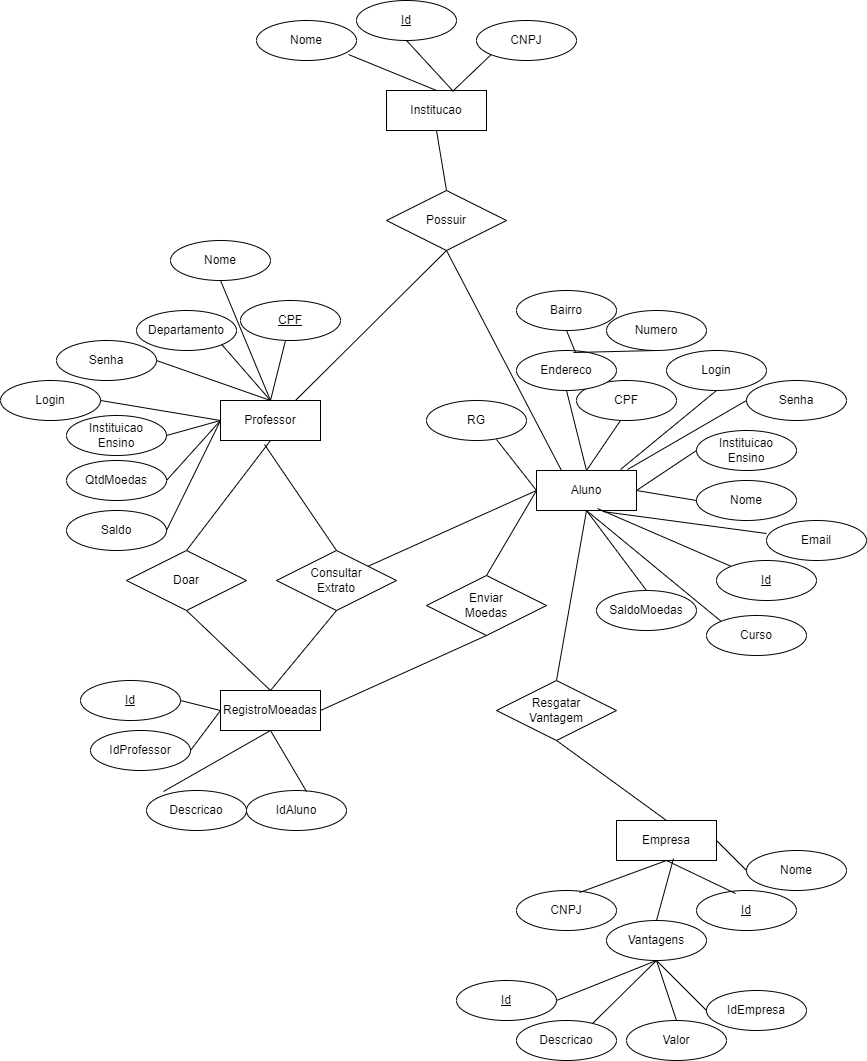
Earlier version of the draw.io export projeto/lds.drawio.png (barbaraMattioly/lab3-sistema-de-moeda-estudantil). Source tidied: cells renumbered, new cells last; positions are measured from the earlier drawing's top-left corner, leaving out a move shared by most shapes.
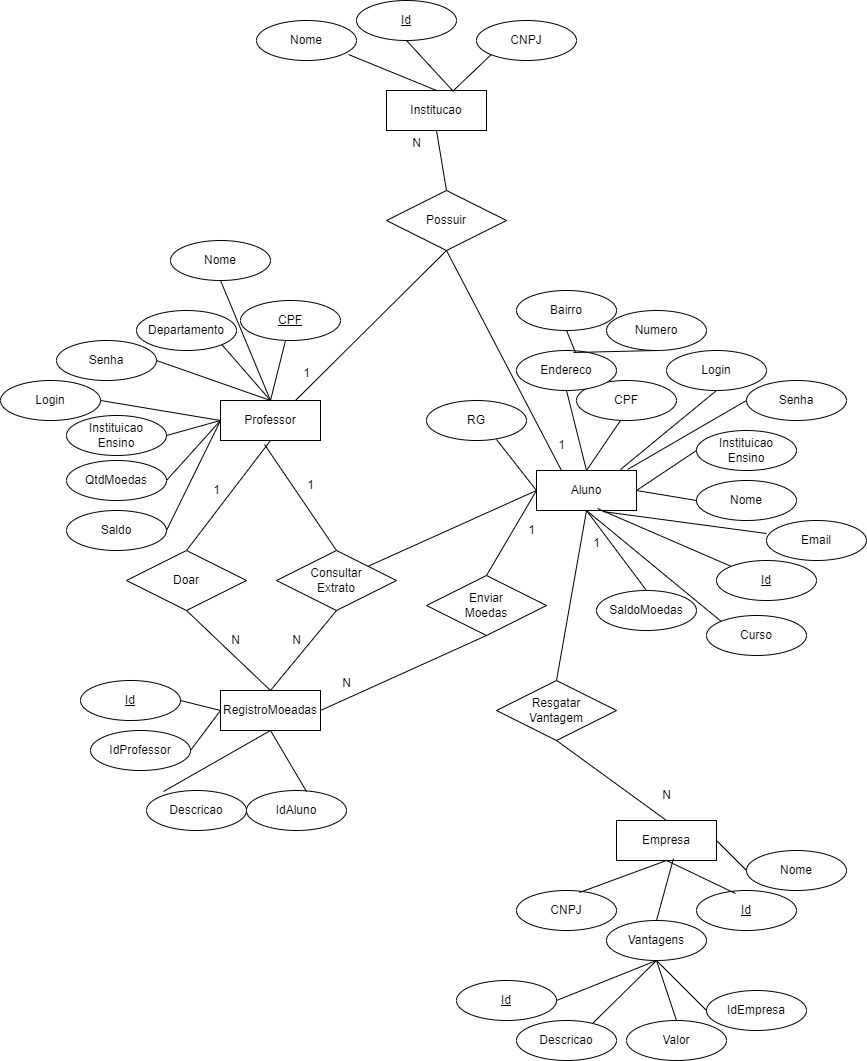
After the change.

Change to the diagram source:
```diff
@@ -289,5 +289,38 @@
     <mxCell id="96" style="endArrow=none;html=1;rounded=0;entryX=1;entryY=0.5;entryDx=0;entryDy=0;exitX=0;exitY=0.5;exitDx=0;exitDy=0;" parent="1" edge="1" source="22" target="91">
       <mxGeometry relative="1" as="geometry" />
     </mxCell>
+    <mxCell id="97" value="1" style="text;html=1;align=center;verticalAlign=middle;strokeColor=none;fillColor=none;rotation=0;" parent="1" vertex="1">
+      <mxGeometry x="201" y="475" width="30" height="30" as="geometry" />
+    </mxCell>
+    <mxCell id="98" value="1" style="text;html=1;align=center;verticalAlign=middle;strokeColor=none;fillColor=none;rotation=0;" parent="1" vertex="1">
+      <mxGeometry x="295" y="470" width="30" height="30" as="geometry" />
+    </mxCell>
+    <mxCell id="99" value="N" style="text;html=1;align=center;verticalAlign=middle;strokeColor=none;fillColor=none;" parent="1" vertex="1">
+      <mxGeometry x="220" y="625" width="30" height="30" as="geometry" />
+    </mxCell>
+    <mxCell id="100" value="N" style="text;html=1;align=center;verticalAlign=middle;strokeColor=none;fillColor=none;" parent="1" vertex="1">
+      <mxGeometry x="281" y="625" width="30" height="30" as="geometry" />
+    </mxCell>
+    <mxCell id="101" value="N" style="text;html=1;align=center;verticalAlign=middle;strokeColor=none;fillColor=none;" parent="1" vertex="1">
+      <mxGeometry x="331" y="668" width="30" height="30" as="geometry" />
+    </mxCell>
+    <mxCell id="102" value="1" style="text;html=1;align=center;verticalAlign=middle;strokeColor=none;fillColor=none;" parent="1" vertex="1">
+      <mxGeometry x="516" y="515" width="30" height="30" as="geometry" />
+    </mxCell>
+    <mxCell id="103" value="1" style="text;html=1;align=center;verticalAlign=middle;strokeColor=none;fillColor=none;" parent="1" vertex="1">
+      <mxGeometry x="581" y="528" width="30" height="30" as="geometry" />
+    </mxCell>
+    <mxCell id="104" value="N" style="text;html=1;align=center;verticalAlign=middle;strokeColor=none;fillColor=none;" parent="1" vertex="1">
+      <mxGeometry x="651" y="780" width="30" height="30" as="geometry" />
+    </mxCell>
+    <mxCell id="105" value="1" style="text;html=1;align=center;verticalAlign=middle;strokeColor=none;fillColor=none;" parent="1" vertex="1">
+      <mxGeometry x="546" y="430" width="30" height="30" as="geometry" />
+    </mxCell>
+    <mxCell id="106" value="N" style="text;html=1;align=center;verticalAlign=middle;strokeColor=none;fillColor=none;" parent="1" vertex="1">
+      <mxGeometry x="401" y="128" width="30" height="30" as="geometry" />
+    </mxCell>
+    <mxCell id="107" value="1" style="text;html=1;align=center;verticalAlign=middle;strokeColor=none;fillColor=none;" parent="1" vertex="1">
+      <mxGeometry x="291" y="358" width="30" height="30" as="geometry" />
+    </mxCell>
   </root>
 </mxGraphModel>
```
